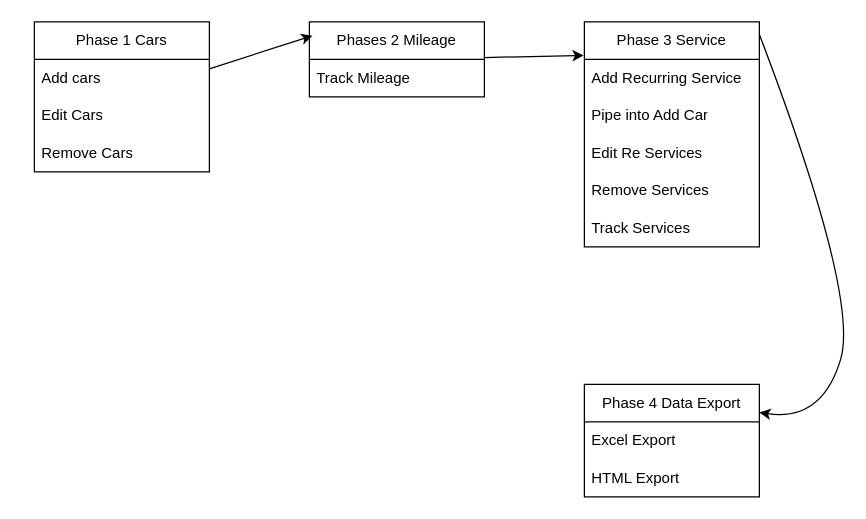
Danny-Erikson/MileageSnake keeps this draw.io diagram as BluePrint/Phases.drawio. Above is the earlier version. Source tidied: cells renumbered, new cells numbered last; positions are measured from the earlier drawing's top-left corner, leaving out a move shared by most shapes. Both pictures are drawn from the tidied source at 125%, with x=0, y=0 at pixel (34, 21).
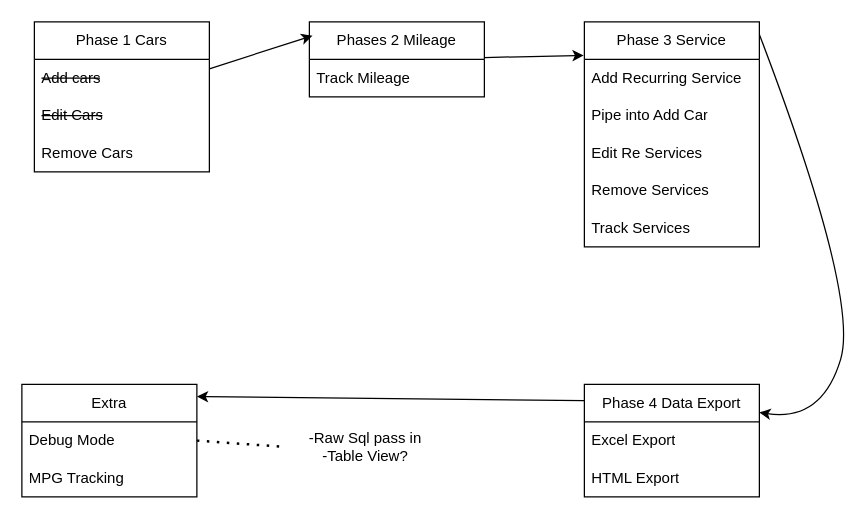
Above is the later version.

Commit message:
Updated plans reflect Progress

Unchanged cells that the change refers to:
```xml
<mxCell id="2" value="Phase 1 Cars" style="swimlane;fontStyle=0;horizontal=1;startSize=30;whiteSpace=wrap;html=1;" parent="1" vertex="1">
  <mxGeometry width="140" height="120" as="geometry" />
</mxCell>
<mxCell id="16" value="Phase 4 Data Export" style="swimlane;fontStyle=0;horizontal=1;startSize=30;whiteSpace=wrap;html=1;" parent="1" vertex="1">
  <mxGeometry x="440" y="290" width="140" height="90" as="geometry" />
</mxCell>
```

What changed in the source:
```diff
@@
-    <mxCell id="3" value="Add cars" style="text;strokeColor=none;fillColor=none;align=left;verticalAlign=middle;spacingLeft=4;spacingRight=4;overflow=hidden;whiteSpace=wrap;html=1;" parent="2" vertex="1">
+    <mxCell id="3" value="&lt;strike&gt;Add cars&lt;/strike&gt;" style="text;strokeColor=none;fillColor=none;align=left;verticalAlign=middle;spacingLeft=4;spacingRight=4;overflow=hidden;whiteSpace=wrap;html=1;" parent="2" vertex="1">
       <mxGeometry y="30" width="140" height="30" as="geometry" />
     </mxCell>
-    <mxCell id="4" value="Edit Cars" style="text;strokeColor=none;fillColor=none;align=left;verticalAlign=middle;spacingLeft=4;spacingRight=4;overflow=hidden;whiteSpace=wrap;html=1;" parent="2" vertex="1">
+    <mxCell id="4" value="&lt;strike&gt;Edit Cars&lt;/strike&gt;" style="text;strokeColor=none;fillColor=none;align=left;verticalAlign=middle;spacingLeft=4;spacingRight=4;overflow=hidden;whiteSpace=wrap;html=1;" parent="2" vertex="1">
       <mxGeometry y="60" width="140" height="30" as="geometry" />
     </mxCell>
@@
+    <mxCell id="20" value="Extra" style="swimlane;fontStyle=0;horizontal=1;startSize=30;whiteSpace=wrap;html=1;" parent="1" vertex="1">
+      <mxGeometry x="-10" y="290" width="140" height="90" as="geometry" />
+    </mxCell>
+    <mxCell id="21" value="Debug Mode" style="text;strokeColor=none;fillColor=none;align=left;verticalAlign=middle;spacingLeft=4;spacingRight=4;overflow=hidden;points=[[0,0.5],[1,0.5]];portConstraint=eastwest;whiteSpace=wrap;html=1;" parent="20" vertex="1">
+      <mxGeometry y="30" width="140" height="30" as="geometry" />
+    </mxCell>
+    <mxCell id="22" value="MPG Tracking" style="text;strokeColor=none;fillColor=none;align=left;verticalAlign=middle;spacingLeft=4;spacingRight=4;overflow=hidden;whiteSpace=wrap;html=1;" parent="20" vertex="1">
+      <mxGeometry y="60" width="140" height="30" as="geometry" />
+    </mxCell>
+    <mxCell id="23" style="endArrow=classic;html=1;entryX=1;entryY=0.108;entryDx=0;entryDy=0;entryPerimeter=0;exitX=0;exitY=0.144;exitDx=0;exitDy=0;exitPerimeter=0;" parent="1" edge="1" source="16" target="20">
+      <mxGeometry relative="1" as="geometry" />
+    </mxCell>
+    <mxCell id="24" value="-Raw Sql pass in&lt;div&gt;-Table View?&lt;/div&gt;" style="text;html=1;align=center;verticalAlign=middle;whiteSpace=wrap;rounded=0;" parent="1" vertex="1">
+      <mxGeometry x="200" y="320" width="130" height="40" as="geometry" />
+    </mxCell>
+    <mxCell id="25" style="endArrow=none;dashed=1;html=1;dashPattern=1 3;strokeWidth=2;exitX=1;exitY=0.5;exitDx=0;exitDy=0;entryX=0;entryY=0.5;entryDx=0;entryDy=0;" parent="1" edge="1" source="21" target="24">
+      <mxGeometry relative="1" as="geometry" />
+    </mxCell>
```
